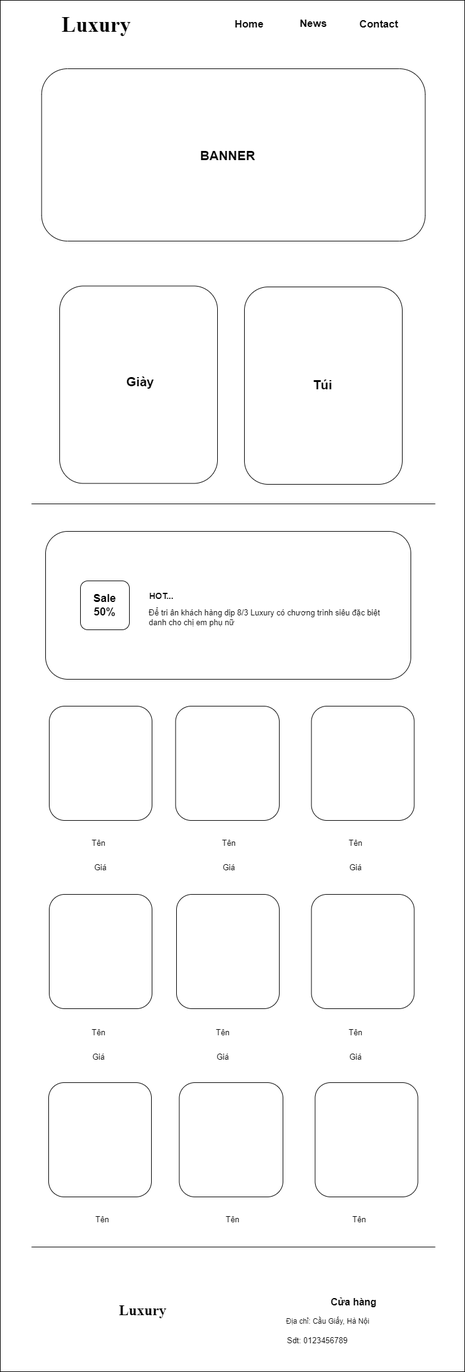
The draw.io diagram ASM/images/shop.pc.png in yenphph/web106_yenphph, before a commit. Source tidied: cells renumbered, new cells last; positions are measured from the earlier drawing's top-left corner, leaving out a move shared by most shapes.
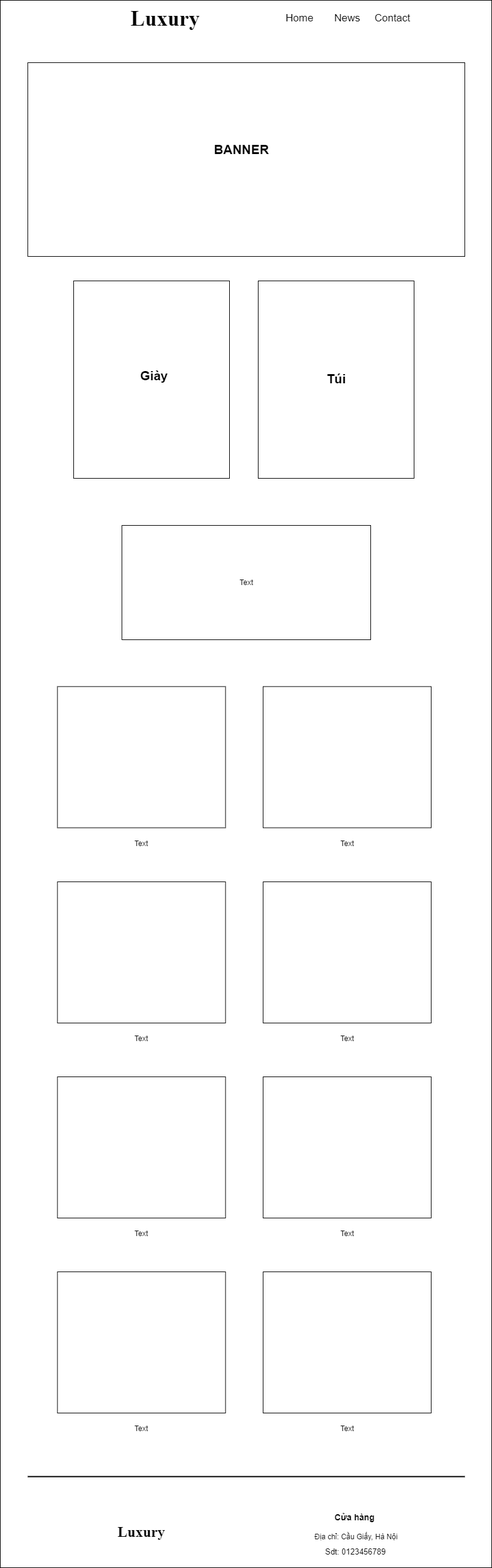
The same diagram one commit later.

Change to the diagram source:
```diff
@@ -2,20 +2,23 @@
   <root>
     <mxCell id="0" />
     <mxCell id="1" parent="0" />
-    <mxCell id="2" style="rounded=0;whiteSpace=wrap;html=1;" parent="1" vertex="1">
-      <mxGeometry width="759" height="2244" as="geometry" />
-    </mxCell>
-    <mxCell id="3" style="rounded=1;whiteSpace=wrap;html=1;" parent="1" vertex="1">
-      <mxGeometry x="399" y="469" width="258" height="323" as="geometry" />
-    </mxCell>
-    <mxCell id="4" style="rounded=1;whiteSpace=wrap;html=1;" parent="1" vertex="1">
-      <mxGeometry x="97" y="467.5" width="258" height="323" as="geometry" />
-    </mxCell>
-    <mxCell id="5" style="rounded=1;whiteSpace=wrap;html=1;" parent="1" vertex="1">
-      <mxGeometry x="67.5" y="112" width="627" height="282" as="geometry" />
-    </mxCell>
+    <mxCell id="50" style="rounded=0;whiteSpace=wrap;html=1;" parent="1" vertex="1">
+      <mxGeometry x="-23" y="10" width="804" height="2564" as="geometry" />
+    </mxCell>
+    <mxCell id="51" style="rounded=0;whiteSpace=wrap;html=1;" parent="1" vertex="1">
+      <mxGeometry x="399" y="469" width="255" height="323" as="geometry" />
+    </mxCell>
+    <mxCell id="52" style="rounded=0;whiteSpace=wrap;html=1;" parent="1" vertex="1">
+      <mxGeometry x="97" y="469" width="255" height="323" as="geometry" />
+    </mxCell>
+    <mxCell id="53" style="rounded=0;whiteSpace=wrap;html=1;" parent="1" vertex="1">
+      <mxGeometry x="176" y="869" width="407" height="187" as="geometry" />
+    </mxCell>
+    <mxCell id="54" style="rounded=0;whiteSpace=wrap;html=1;" parent="1" vertex="1">
+      <mxGeometry x="22" y="112" width="715" height="317" as="geometry" />
+    </mxCell>
     <mxCell id="6" value="Luxury" style="text;html=1;strokeColor=none;fillColor=none;align=center;verticalAlign=middle;whiteSpace=wrap;rounded=0;fontSize=35;fontStyle=1;fontFamily=Times New Roman;" parent="1" vertex="1">
-      <mxGeometry x="77" y="13.4" width="160" height="53.1" as="geometry" />
+      <mxGeometry x="167" y="13.4" width="160" height="53.1" as="geometry" />
     </mxCell>
     <mxCell id="7" value="&lt;b&gt;&lt;font style=&quot;font-size: 21px;&quot;&gt;BANNER&lt;/font&gt;&lt;/b&gt;" style="text;html=1;strokeColor=none;fillColor=none;align=center;verticalAlign=middle;whiteSpace=wrap;rounded=0;" parent="1" vertex="1">
       <mxGeometry x="310" y="239" width="124" height="30" as="geometry" />
@@ -26,128 +29,80 @@
     <mxCell id="9" value="&lt;span style=&quot;font-size: 21px;&quot;&gt;&lt;b&gt;Giày&lt;/b&gt;&lt;/span&gt;" style="text;html=1;strokeColor=none;fillColor=none;align=center;verticalAlign=middle;whiteSpace=wrap;rounded=0;" parent="1" vertex="1">
       <mxGeometry x="167" y="609" width="124" height="30" as="geometry" />
     </mxCell>
-    <mxCell id="10" style="line;strokeWidth=1;dashed=0;labelPosition=right;align=left;verticalAlign=middle;spacingTop=0;spacingLeft=6;" parent="1" vertex="1">
-      <mxGeometry x="51" y="819" width="660" height="10" as="geometry" />
-    </mxCell>
-    <mxCell id="11" value="&lt;span style=&quot;font-size: 17px;&quot;&gt;&lt;b&gt;Home&lt;/b&gt;&lt;/span&gt;" style="text;html=1;strokeColor=none;fillColor=none;align=center;verticalAlign=middle;whiteSpace=wrap;rounded=0;" parent="1" vertex="1">
-      <mxGeometry x="364.5" y="24.9" width="84" height="30" as="geometry" />
+    <mxCell id="11" value="&lt;span style=&quot;font-size: 17px;&quot;&gt;&lt;span&gt;Home&lt;/span&gt;&lt;/span&gt;" style="text;html=1;strokeColor=none;fillColor=none;align=center;verticalAlign=middle;whiteSpace=wrap;rounded=0;fontStyle=0;" parent="1" vertex="1">
+      <mxGeometry x="424.5" y="24.9" width="84" height="30" as="geometry" />
     </mxCell>
-    <mxCell id="12" value="&lt;b&gt;&lt;font style=&quot;font-size: 17px;&quot;&gt;News&lt;/font&gt;&lt;/b&gt;" style="text;html=1;strokeColor=none;fillColor=none;align=center;verticalAlign=middle;whiteSpace=wrap;rounded=0;" parent="1" vertex="1">
-      <mxGeometry x="482" y="23.7" width="60" height="30" as="geometry" />
+    <mxCell id="12" value="&lt;span&gt;&lt;font style=&quot;font-size: 17px;&quot;&gt;News&lt;/font&gt;&lt;/span&gt;" style="text;html=1;strokeColor=none;fillColor=none;align=center;verticalAlign=middle;whiteSpace=wrap;rounded=0;fontStyle=0;" parent="1" vertex="1">
+      <mxGeometry x="514.5" y="24.9" width="60" height="30" as="geometry" />
     </mxCell>
-    <mxCell id="13" value="&lt;span style=&quot;font-size: 17px;&quot;&gt;&lt;b&gt;Contact&lt;/b&gt;&lt;/span&gt;" style="text;html=1;strokeColor=none;fillColor=none;align=center;verticalAlign=middle;whiteSpace=wrap;rounded=0;" parent="1" vertex="1">
+    <mxCell id="13" value="&lt;span style=&quot;font-size: 17px;&quot;&gt;&lt;span&gt;Contact&lt;/span&gt;&lt;/span&gt;" style="text;html=1;strokeColor=none;fillColor=none;align=center;verticalAlign=middle;whiteSpace=wrap;rounded=0;fontStyle=0;" parent="1" vertex="1">
       <mxGeometry x="589" y="24.9" width="60" height="30" as="geometry" />
     </mxCell>
-    <mxCell id="14" value="Giá" style="text;html=1;strokeColor=none;fillColor=none;align=center;verticalAlign=middle;whiteSpace=wrap;rounded=0;fontSize=13;" parent="1" vertex="1">
-      <mxGeometry x="130.5" y="1713.6" width="60" height="30" as="geometry" />
-    </mxCell>
-    <mxCell id="15" value="Giá" style="text;html=1;strokeColor=none;fillColor=none;align=center;verticalAlign=middle;whiteSpace=wrap;rounded=0;fontSize=13;" parent="1" vertex="1">
-      <mxGeometry x="334" y="1713.6" width="60" height="30" as="geometry" />
-    </mxCell>
-    <mxCell id="16" value="Giá" style="text;html=1;strokeColor=none;fillColor=none;align=center;verticalAlign=middle;whiteSpace=wrap;rounded=0;fontSize=13;" parent="1" vertex="1">
-      <mxGeometry x="550.5" y="1403.6" width="60" height="30" as="geometry" />
-    </mxCell>
-    <mxCell id="17" value="Giá" style="text;html=1;strokeColor=none;fillColor=none;align=center;verticalAlign=middle;whiteSpace=wrap;rounded=0;fontSize=13;" parent="1" vertex="1">
-      <mxGeometry x="344" y="1403.6" width="60" height="30" as="geometry" />
-    </mxCell>
-    <mxCell id="18" value="Giá" style="text;html=1;strokeColor=none;fillColor=none;align=center;verticalAlign=middle;whiteSpace=wrap;rounded=0;fontSize=13;" parent="1" vertex="1">
-      <mxGeometry x="134" y="1403.6" width="60" height="30" as="geometry" />
-    </mxCell>
-    <mxCell id="19" value="&lt;font style=&quot;font-size: 13px;&quot;&gt;Tên&lt;/font&gt;" style="text;html=1;strokeColor=none;fillColor=none;align=center;verticalAlign=middle;whiteSpace=wrap;rounded=0;fontSize=13;" parent="1" vertex="1">
-      <mxGeometry x="130.5" y="1363.6" width="60" height="30" as="geometry" />
-    </mxCell>
-    <mxCell id="20" value="&lt;font style=&quot;font-size: 13px;&quot;&gt;Tên&lt;/font&gt;" style="text;html=1;strokeColor=none;fillColor=none;align=center;verticalAlign=middle;whiteSpace=wrap;rounded=0;fontSize=13;" parent="1" vertex="1">
-      <mxGeometry x="550.5" y="1363.6" width="60" height="30" as="geometry" />
-    </mxCell>
-    <mxCell id="21" value="&lt;font style=&quot;font-size: 13px;&quot;&gt;Tên&lt;/font&gt;" style="text;html=1;strokeColor=none;fillColor=none;align=center;verticalAlign=middle;whiteSpace=wrap;rounded=0;fontSize=13;" parent="1" vertex="1">
-      <mxGeometry x="344" y="1363.6" width="60" height="30" as="geometry" />
-    </mxCell>
-    <mxCell id="22" value="&lt;font style=&quot;font-size: 13px;&quot;&gt;Tên&lt;/font&gt;" style="text;html=1;strokeColor=none;fillColor=none;align=center;verticalAlign=middle;whiteSpace=wrap;rounded=0;fontSize=13;" parent="1" vertex="1">
-      <mxGeometry x="334" y="1673.6" width="60" height="30" as="geometry" />
-    </mxCell>
-    <mxCell id="23" value="&lt;font style=&quot;font-size: 13px;&quot;&gt;Tên&lt;/font&gt;" style="text;html=1;strokeColor=none;fillColor=none;align=center;verticalAlign=middle;whiteSpace=wrap;rounded=0;fontSize=13;" parent="1" vertex="1">
-      <mxGeometry x="550.5" y="1673.6" width="60" height="30" as="geometry" />
-    </mxCell>
-    <mxCell id="24" value="&lt;font style=&quot;font-size: 13px;&quot;&gt;Tên&lt;/font&gt;" style="text;html=1;strokeColor=none;fillColor=none;align=center;verticalAlign=middle;whiteSpace=wrap;rounded=0;fontSize=13;" parent="1" vertex="1">
-      <mxGeometry x="130.5" y="1673.6" width="60" height="30" as="geometry" />
-    </mxCell>
-    <mxCell id="25" style="edgeStyle=orthogonalEdgeStyle;rounded=0;orthogonalLoop=1;jettySize=auto;html=1;exitX=0.5;exitY=1;exitDx=0;exitDy=0;" parent="1" edge="1" source="24" target="24">
-      <mxGeometry relative="1" as="geometry" />
-    </mxCell>
-    <mxCell id="26" value="Giá" style="text;html=1;strokeColor=none;fillColor=none;align=center;verticalAlign=middle;whiteSpace=wrap;rounded=0;fontSize=13;" parent="1" vertex="1">
-      <mxGeometry x="550.5" y="1713.6" width="60" height="30" as="geometry" />
-    </mxCell>
-    <mxCell id="27" style="rounded=1;whiteSpace=wrap;html=1;" parent="1" vertex="1">
-      <mxGeometry x="80" y="1155" width="168" height="187" as="geometry" />
-    </mxCell>
-    <mxCell id="28" style="rounded=1;whiteSpace=wrap;html=1;" parent="1" vertex="1">
-      <mxGeometry x="286.5" y="1155" width="169.5" height="187" as="geometry" />
-    </mxCell>
-    <mxCell id="29" style="rounded=1;whiteSpace=wrap;html=1;" parent="1" vertex="1">
-      <mxGeometry x="508.5" y="1155" width="168" height="187" as="geometry" />
-    </mxCell>
-    <mxCell id="30" style="rounded=1;whiteSpace=wrap;html=1;" parent="1" vertex="1">
-      <mxGeometry x="80" y="1463" width="168" height="187" as="geometry" />
-    </mxCell>
-    <mxCell id="31" style="rounded=1;whiteSpace=wrap;html=1;" parent="1" vertex="1">
-      <mxGeometry x="288" y="1463" width="168" height="187" as="geometry" />
-    </mxCell>
-    <mxCell id="32" style="rounded=1;whiteSpace=wrap;html=1;" parent="1" vertex="1">
-      <mxGeometry x="508.5" y="1463" width="168" height="187" as="geometry" />
-    </mxCell>
-    <mxCell id="33" style="edgeStyle=orthogonalEdgeStyle;rounded=0;orthogonalLoop=1;jettySize=auto;html=1;exitX=0.5;exitY=1;exitDx=0;exitDy=0;" parent="1" edge="1">
-      <mxGeometry relative="1" as="geometry">
-        <mxPoint x="367.5" y="2021.2" as="sourcePoint" />
-        <mxPoint x="367.5" y="2021.2" as="targetPoint" />
-      </mxGeometry>
-    </mxCell>
-    <mxCell id="34" value="&lt;font style=&quot;font-size: 13px;&quot;&gt;Tên&lt;/font&gt;" style="text;html=1;strokeColor=none;fillColor=none;align=center;verticalAlign=middle;whiteSpace=wrap;rounded=0;fontSize=13;" parent="1" vertex="1">
-      <mxGeometry x="136.5" y="1979.6" width="60" height="30" as="geometry" />
-    </mxCell>
-    <mxCell id="35" value="&lt;font style=&quot;font-size: 13px;&quot;&gt;Tên&lt;/font&gt;" style="text;html=1;strokeColor=none;fillColor=none;align=center;verticalAlign=middle;whiteSpace=wrap;rounded=0;fontSize=13;" parent="1" vertex="1">
-      <mxGeometry x="556.5" y="1979.6" width="60" height="30" as="geometry" />
-    </mxCell>
-    <mxCell id="36" value="&lt;font style=&quot;font-size: 13px;&quot;&gt;Tên&lt;/font&gt;" style="text;html=1;strokeColor=none;fillColor=none;align=center;verticalAlign=middle;whiteSpace=wrap;rounded=0;fontSize=13;" parent="1" vertex="1">
-      <mxGeometry x="350" y="1979.6" width="60" height="30" as="geometry" />
-    </mxCell>
-    <mxCell id="37" style="rounded=1;whiteSpace=wrap;html=1;" parent="1" vertex="1">
-      <mxGeometry x="79" y="1771" width="168" height="187" as="geometry" />
-    </mxCell>
-    <mxCell id="38" style="rounded=1;whiteSpace=wrap;html=1;" parent="1" vertex="1">
-      <mxGeometry x="292.5" y="1771" width="169.5" height="187" as="geometry" />
-    </mxCell>
-    <mxCell id="39" style="rounded=1;whiteSpace=wrap;html=1;" parent="1" vertex="1">
-      <mxGeometry x="514.5" y="1771" width="168" height="187" as="geometry" />
-    </mxCell>
-    <mxCell id="40" style="line;strokeWidth=1;dashed=0;labelPosition=right;align=left;verticalAlign=middle;spacingTop=0;spacingLeft=6;" parent="1" vertex="1">
-      <mxGeometry x="51" y="2035" width="660" height="10" as="geometry" />
-    </mxCell>
+    <mxCell id="55" value="Text" style="text;html=1;strokeColor=none;fillColor=none;align=center;verticalAlign=middle;whiteSpace=wrap;rounded=0;" parent="1" vertex="1">
+      <mxGeometry x="349.5" y="947.5" width="60" height="30" as="geometry" />
+    </mxCell>
+    <mxCell id="56" style="rounded=0;whiteSpace=wrap;html=1;" parent="1" vertex="1">
+      <mxGeometry x="70.5" y="1132.6" width="275" height="231" as="geometry" />
+    </mxCell>
+    <mxCell id="57" value="Text" style="text;html=1;strokeColor=none;fillColor=none;align=center;verticalAlign=middle;whiteSpace=wrap;rounded=0;" parent="1" vertex="1">
+      <mxGeometry x="178" y="1375" width="60" height="30" as="geometry" />
+    </mxCell>
+    <mxCell id="58" value="Text" style="text;html=1;strokeColor=none;fillColor=none;align=center;verticalAlign=middle;whiteSpace=wrap;rounded=0;" parent="1" vertex="1">
+      <mxGeometry x="514.5" y="1375" width="60" height="30" as="geometry" />
+    </mxCell>
+    <mxCell id="59" style="rounded=0;whiteSpace=wrap;html=1;" parent="1" vertex="1">
+      <mxGeometry x="407" y="1132.6" width="275" height="231" as="geometry" />
+    </mxCell>
+    <mxCell id="60" style="rounded=0;whiteSpace=wrap;html=1;" parent="1" vertex="1">
+      <mxGeometry x="70.5" y="1452" width="275" height="231" as="geometry" />
+    </mxCell>
+    <mxCell id="61" value="Text" style="text;html=1;strokeColor=none;fillColor=none;align=center;verticalAlign=middle;whiteSpace=wrap;rounded=0;" parent="1" vertex="1">
+      <mxGeometry x="178" y="1694.4" width="60" height="30" as="geometry" />
+    </mxCell>
+    <mxCell id="62" value="Text" style="text;html=1;strokeColor=none;fillColor=none;align=center;verticalAlign=middle;whiteSpace=wrap;rounded=0;" parent="1" vertex="1">
+      <mxGeometry x="514.5" y="1694.4" width="60" height="30" as="geometry" />
+    </mxCell>
+    <mxCell id="63" style="rounded=0;whiteSpace=wrap;html=1;" parent="1" vertex="1">
+      <mxGeometry x="407" y="1452" width="275" height="231" as="geometry" />
+    </mxCell>
+    <mxCell id="64" style="rounded=0;whiteSpace=wrap;html=1;" parent="1" vertex="1">
+      <mxGeometry x="70.5" y="1771" width="275" height="231" as="geometry" />
+    </mxCell>
+    <mxCell id="65" value="Text" style="text;html=1;strokeColor=none;fillColor=none;align=center;verticalAlign=middle;whiteSpace=wrap;rounded=0;" parent="1" vertex="1">
+      <mxGeometry x="178" y="2013.4" width="60" height="30" as="geometry" />
+    </mxCell>
+    <mxCell id="66" value="Text" style="text;html=1;strokeColor=none;fillColor=none;align=center;verticalAlign=middle;whiteSpace=wrap;rounded=0;" parent="1" vertex="1">
+      <mxGeometry x="514.5" y="2013.4" width="60" height="30" as="geometry" />
+    </mxCell>
+    <mxCell id="67" style="rounded=0;whiteSpace=wrap;html=1;" parent="1" vertex="1">
+      <mxGeometry x="407" y="1771" width="275" height="231" as="geometry" />
+    </mxCell>
+    <mxCell id="68" style="rounded=0;whiteSpace=wrap;html=1;" parent="1" vertex="1">
+      <mxGeometry x="70.5" y="2090" width="275" height="231" as="geometry" />
+    </mxCell>
+    <mxCell id="69" value="Text" style="text;html=1;strokeColor=none;fillColor=none;align=center;verticalAlign=middle;whiteSpace=wrap;rounded=0;" parent="1" vertex="1">
+      <mxGeometry x="178" y="2332.4" width="60" height="30" as="geometry" />
+    </mxCell>
+    <mxCell id="70" value="Text" style="text;html=1;strokeColor=none;fillColor=none;align=center;verticalAlign=middle;whiteSpace=wrap;rounded=0;" parent="1" vertex="1">
+      <mxGeometry x="514.5" y="2332.4" width="60" height="30" as="geometry" />
+    </mxCell>
+    <mxCell id="71" style="rounded=0;whiteSpace=wrap;html=1;" parent="1" vertex="1">
+      <mxGeometry x="407" y="2090" width="275" height="231" as="geometry" />
+    </mxCell>
+    <mxCell id="72" style="line;strokeWidth=2;html=1;" parent="1" vertex="1">
+      <mxGeometry x="22" y="2420" width="715" height="10" as="geometry" />
+    </mxCell>
     <mxCell id="41" value="&lt;font style=&quot;font-size: 24px;&quot;&gt;Luxury&lt;/font&gt;" style="text;html=1;strokeColor=none;fillColor=none;align=center;verticalAlign=middle;whiteSpace=wrap;rounded=0;fontSize=35;fontStyle=1;fontFamily=Times New Roman;" parent="1" vertex="1">
-      <mxGeometry x="178" y="2125" width="110" height="30" as="geometry" />
+      <mxGeometry x="153" y="2497" width="110" height="30" as="geometry" />
     </mxCell>
-    <mxCell id="42" value="Cửa hàng&amp;nbsp;" style="text;html=1;strokeColor=none;fillColor=none;align=center;verticalAlign=middle;whiteSpace=wrap;rounded=0;fontSize=16;fontStyle=1;" parent="1" vertex="1">
-      <mxGeometry x="486" y="2115" width="188" height="30" as="geometry" />
+    <mxCell id="42" value="Cửa hàng&amp;nbsp;" style="text;html=1;strokeColor=none;fillColor=none;align=center;verticalAlign=middle;whiteSpace=wrap;rounded=0;fontSize=14;fontStyle=1;" parent="1" vertex="1">
+      <mxGeometry x="465" y="2477" width="188" height="30" as="geometry" />
     </mxCell>
     <mxCell id="43" value="Địa chỉ: Cầu Giấy, Hà Nội" style="text;html=1;align=center;verticalAlign=middle;strokeColor=none;fillColor=none;fontSize=12;" parent="1" vertex="1">
-      <mxGeometry x="452.5" y="2145" width="165" height="33" as="geometry" />
+      <mxGeometry x="476.5" y="2507" width="165" height="33" as="geometry" />
     </mxCell>
     <mxCell id="44" value="Sdt: 0123456789" style="text;html=1;strokeColor=none;fillColor=none;align=center;verticalAlign=middle;whiteSpace=wrap;rounded=0;fontSize=13;" parent="1" vertex="1">
-      <mxGeometry x="455" y="2185" width="127" height="15" as="geometry" />
+      <mxGeometry x="495" y="2540" width="127" height="15" as="geometry" />
     </mxCell>
-    <mxCell id="45" style="rounded=1;whiteSpace=wrap;html=1;" parent="1" vertex="1">
-      <mxGeometry x="74" y="869" width="597" height="242" as="geometry" />
-    </mxCell>
-    <mxCell id="46" style="rounded=1;whiteSpace=wrap;html=1;" parent="1" vertex="1">
-      <mxGeometry x="131" y="950" width="80" height="80" as="geometry" />
-    </mxCell>
-    <mxCell id="47" value="&lt;b style=&quot;font-size: 18px;&quot;&gt;Sale&lt;br&gt;50%&lt;/b&gt;" style="text;html=1;strokeColor=none;fillColor=none;align=center;verticalAlign=middle;whiteSpace=wrap;rounded=0;" parent="1" vertex="1">
-      <mxGeometry x="141" y="960" width="60" height="60" as="geometry" />
-    </mxCell>
-    <mxCell id="48" value="&lt;b&gt;&lt;font style=&quot;font-size: 14px;&quot;&gt;HOT...&lt;/font&gt;&lt;/b&gt;" style="text;html=1;strokeColor=none;fillColor=none;align=center;verticalAlign=middle;whiteSpace=wrap;rounded=0;" parent="1" vertex="1">
-      <mxGeometry x="234.5" y="960" width="56.5" height="30" as="geometry" />
-    </mxCell>
-    <mxCell id="49" value="&lt;font style=&quot;font-size: 13px;&quot;&gt;Để tri ân khách hàng dịp 8/3 Luxury có chương trình siêu đặc biệt danh cho chị em phụ nữ&lt;/font&gt;" style="text;html=1;strokeColor=none;fillColor=none;align=left;verticalAlign=middle;whiteSpace=wrap;rounded=0;fontSize=13;" parent="1" vertex="1">
-      <mxGeometry x="240.5" y="990" width="380" height="40" as="geometry" />
-    </mxCell>
   </root>
 </mxGraphModel>
```
